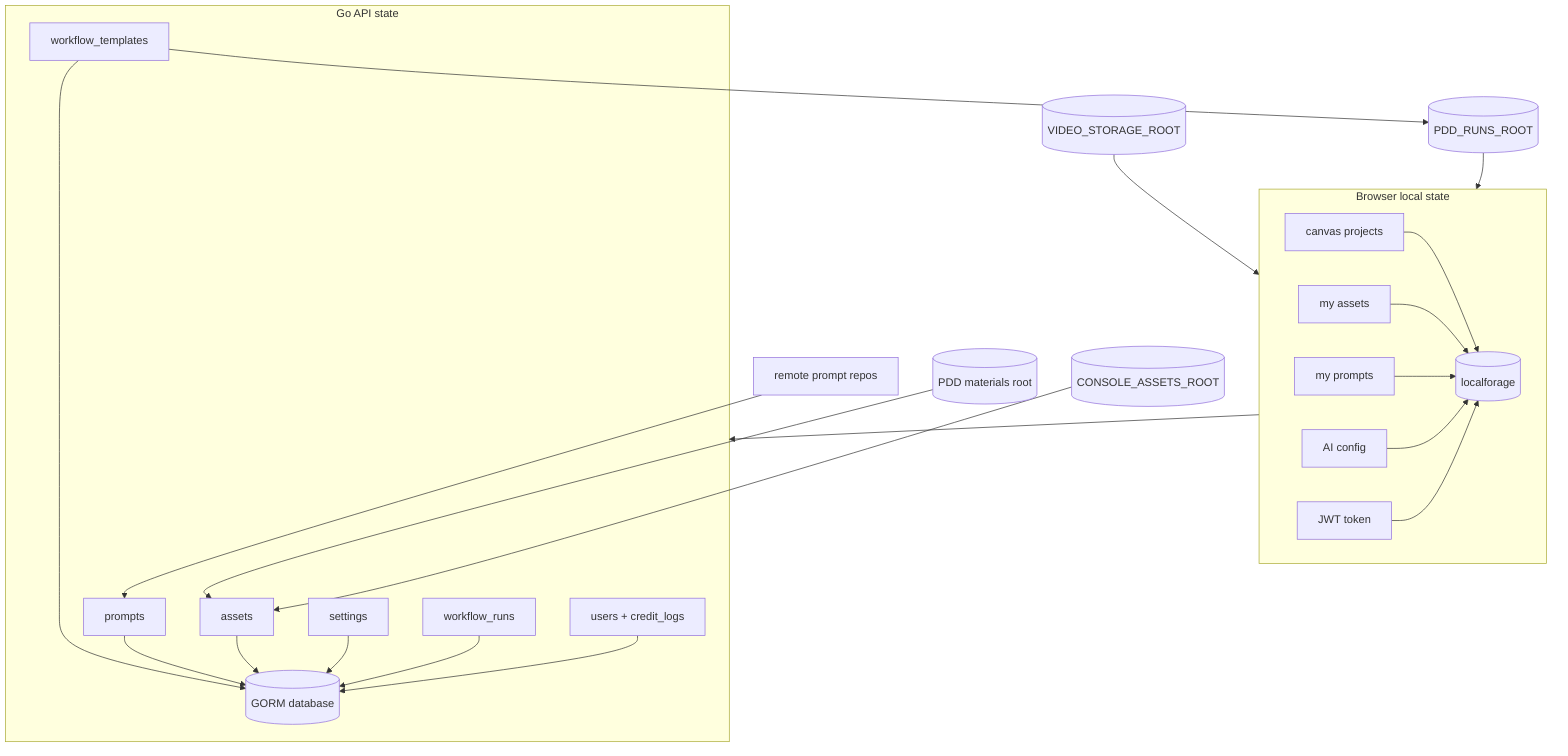
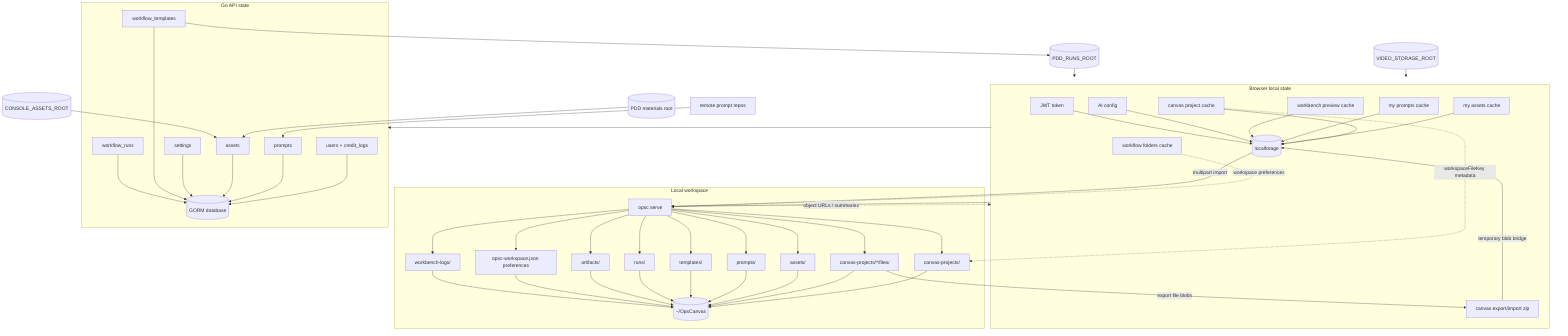
flowchart TB
  subgraph Browser["Browser local state"]
-     CanvasStore["canvas projects"]
-     AssetStore["my assets"]
-     PromptStore["my prompts"]
+     CanvasCache["canvas project cache"]
+     AssetCache["my assets cache"]
+     PromptCache["my prompts cache"]
+     PreviewCache["workbench preview cache"]
+     WorkflowFolderCache["workflow folders cache"]
+     CanvasZip["canvas export/import zip"]
    ConfigStore["AI config"]
    TokenStore["JWT token"]
    IndexedDB[("localforage")]
-     CanvasStore --> IndexedDB
-     AssetStore --> IndexedDB
-     PromptStore --> IndexedDB
+     CanvasCache --> IndexedDB
+     AssetCache --> IndexedDB
+     PromptCache --> IndexedDB
+     PreviewCache --> IndexedDB
    ConfigStore --> IndexedDB
    TokenStore --> IndexedDB
+   end
+ 
+   subgraph LocalWorkspace["Local workspace"]
+     OpscServe["opsc serve"]
+     LocalCanvases["canvas-projects/"]
+     CanvasFiles["canvas-projects/*/files/"]
+     LocalAssets["assets/"]
+     LocalPrompts["prompts/"]
+     LocalTemplates["templates/"]
+     LocalRuns["runs/"]
+     LocalArtifacts["artifacts/"]
+     WorkspacePrefs["opsc-workspace.json preferences"]
+     LocalWorkbenchLogs["workbench-logs/"]
+     WorkspaceFiles[("~/OpsCanvas")]
+     OpscServe --> LocalCanvases
+     OpscServe --> CanvasFiles
+     OpscServe --> LocalAssets
+     OpscServe --> LocalPrompts
+     OpscServe --> LocalTemplates
+     OpscServe --> LocalRuns
+     OpscServe --> LocalArtifacts
+     OpscServe --> WorkspacePrefs
+     OpscServe --> LocalWorkbenchLogs
+     LocalCanvases --> WorkspaceFiles
+     CanvasFiles --> WorkspaceFiles
+     LocalAssets --> WorkspaceFiles
+     LocalPrompts --> WorkspaceFiles
+     LocalTemplates --> WorkspaceFiles
+     LocalRuns --> WorkspaceFiles
+     LocalArtifacts --> WorkspaceFiles
+     WorkspacePrefs --> WorkspaceFiles
+     LocalWorkbenchLogs --> WorkspaceFiles
  end

  subgraph Server["Go API state"]
    Users["users + credit_logs"]
    Prompts["prompts"]
    Assets["assets"]
    Settings["settings"]
    Templates["workflow_templates"]
    Runs["workflow_runs"]
    DB[("GORM database")]
    Users --> DB
    Prompts --> DB
    Assets --> DB
    Settings --> DB
    Templates --> DB
    Runs --> DB
  end

  GitHubSources["remote prompt repos"] --> Prompts
  PDDMaterials[("PDD materials root")] --> Assets
  ConsoleAssets[("CONSOLE_ASSETS_ROOT")] --> Assets
  VideoFiles[("VIDEO_STORAGE_ROOT")] --> Browser
  PDDRuns[("PDD_RUNS_ROOT")] --> Browser
  Templates --> PDDRuns
+   Browser -- "session cookie" --> OpscServe
+   WorkflowFolderCache -. "workspace preferences" .-> OpscServe
+   OpscServe -. "object URLs / summaries" .-> Browser
+   CanvasCache -. "workspaceFileKey metadata" .-> LocalCanvases
+   CanvasFiles -- "export file blobs" --> CanvasZip
+   CanvasZip -- "temporary blob bridge" --> IndexedDB
+   IndexedDB -- "multipart import" --> OpscServe
  Browser --> Server
- 
